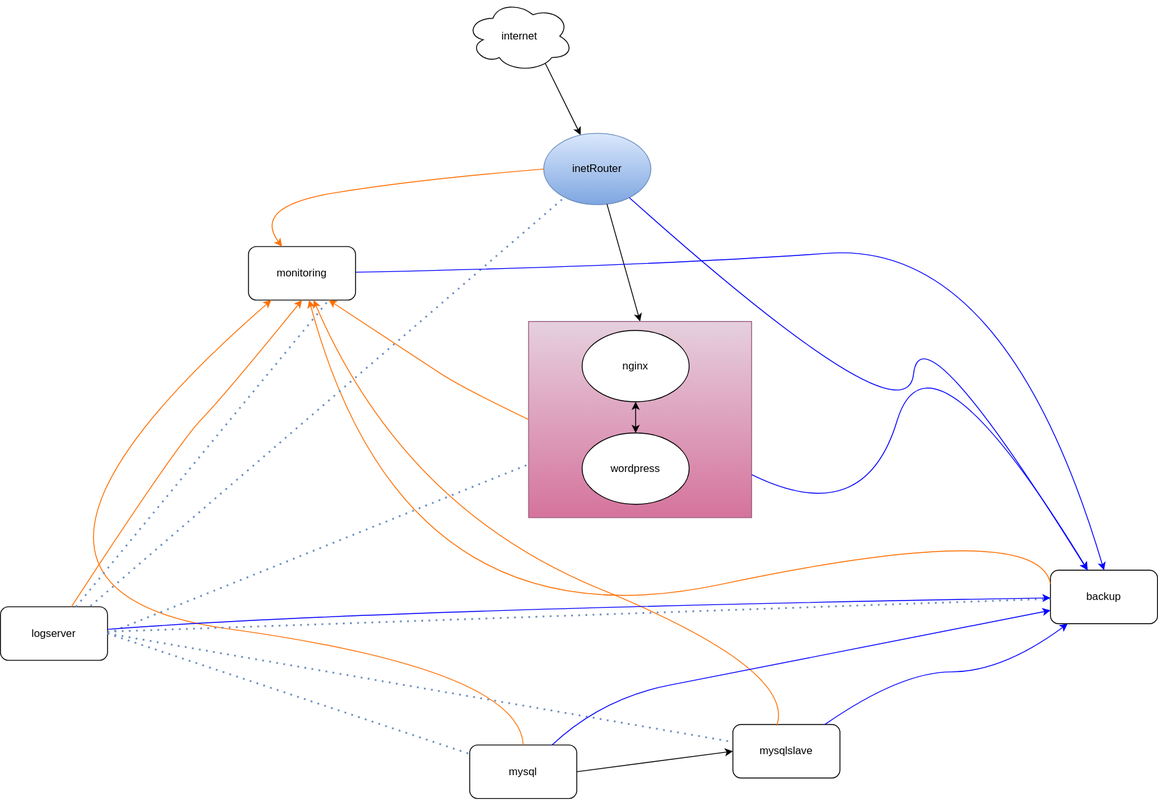
The draw.io diagram project/map.svg in sudden-che/otus, before a commit. Source tidied: cells renumbered, new cells last; positions are measured from the earlier drawing's top-left corner, leaving out a move shared by most shapes.
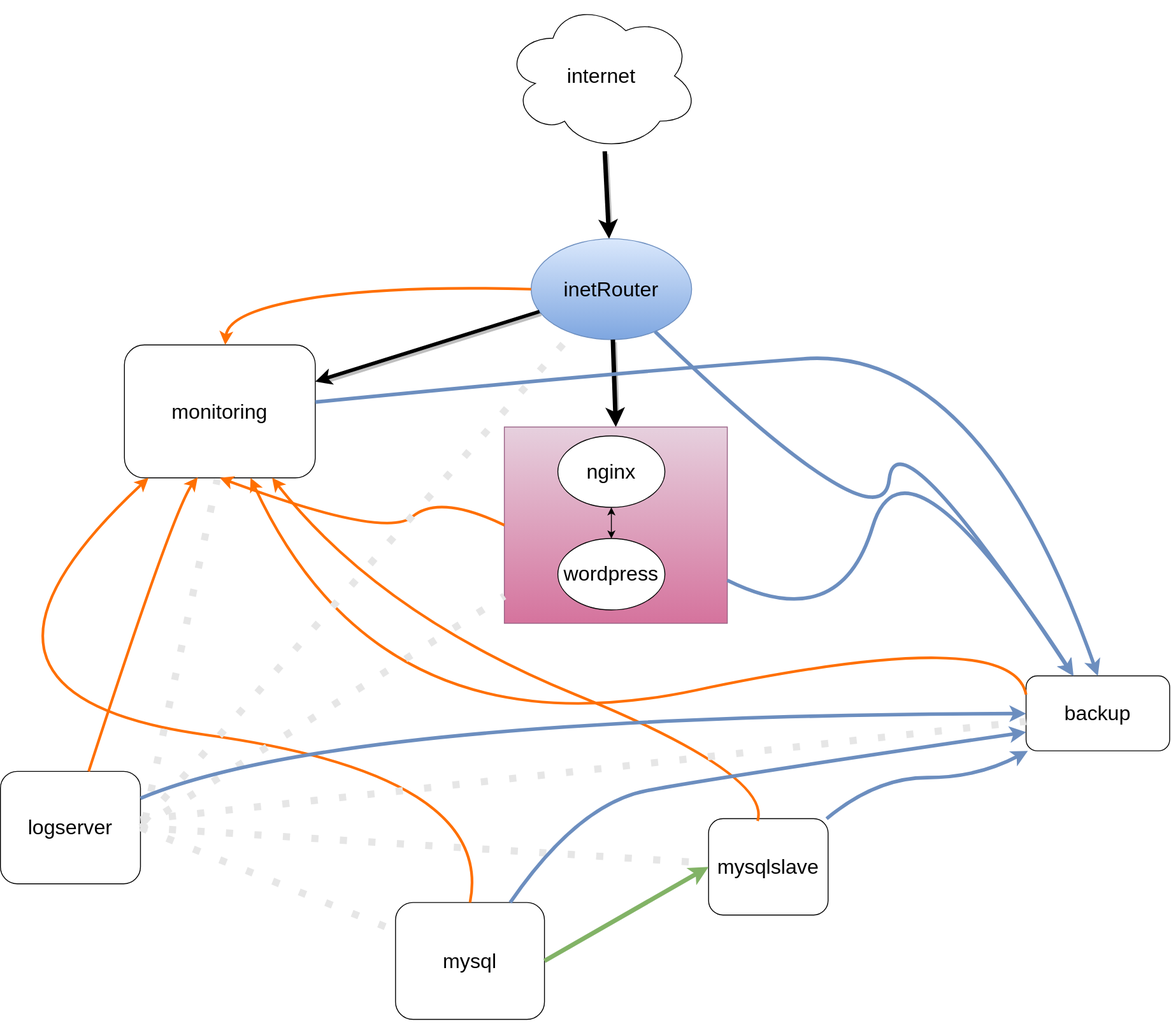
After the commit.

The edit, as a diff of the source:
```diff
@@ -2,46 +2,46 @@
   <root>
     <mxCell id="0" />
     <mxCell id="1" parent="0" />
-    <mxCell id="2" value="internet" style="ellipse;shape=cloud;whiteSpace=wrap;html=1;" parent="1" vertex="1">
-      <mxGeometry x="590" width="120" height="80" as="geometry" />
+    <mxCell id="2" value="&lt;font style=&quot;font-size: 23px;&quot;&gt;internet&lt;/font&gt;" style="ellipse;shape=cloud;whiteSpace=wrap;html=1;" parent="1" vertex="1">
+      <mxGeometry x="660" y="-118" width="218" height="169" as="geometry" />
     </mxCell>
-    <mxCell id="3" style="endArrow=classic;html=1;rounded=0;exitX=0.74;exitY=0.884;exitDx=0;exitDy=0;exitPerimeter=0;" parent="1" edge="1" source="2" target="4">
+    <mxCell id="3" style="endArrow=classic;html=1;rounded=0;strokeWidth=5;shadow=1;" parent="1" edge="1" source="2" target="4">
       <mxGeometry relative="1" as="geometry" />
     </mxCell>
-    <mxCell id="4" value="inetRouter" style="ellipse;whiteSpace=wrap;html=1;fillColor=#dae8fc;gradientColor=#7ea6e0;strokeColor=#6c8ebf;" parent="1" vertex="1">
-      <mxGeometry x="677" y="149" width="120" height="80" as="geometry" />
+    <mxCell id="4" value="&lt;font style=&quot;font-size: 23px;&quot;&gt;inetRouter&lt;/font&gt;" style="ellipse;whiteSpace=wrap;html=1;fillColor=#dae8fc;gradientColor=#7ea6e0;strokeColor=#6c8ebf;" parent="1" vertex="1">
+      <mxGeometry x="690" y="149" width="180" height="113" as="geometry" />
     </mxCell>
-    <mxCell id="5" style="endArrow=classic;html=1;rounded=0;entryX=0.5;entryY=0;entryDx=0;entryDy=0;" parent="1" edge="1" source="4" target="6">
+    <mxCell id="5" style="endArrow=classic;html=1;rounded=0;entryX=0.5;entryY=0;entryDx=0;entryDy=0;strokeWidth=5;shadow=1;" parent="1" edge="1" source="4" target="6">
       <mxGeometry relative="1" as="geometry" />
     </mxCell>
     <mxCell id="6" style="rounded=0;whiteSpace=wrap;html=1;fillColor=#e6d0de;gradientColor=#d5739d;strokeColor=#996185;" parent="1" vertex="1">
       <mxGeometry x="660" y="360" width="250" height="220" as="geometry" />
     </mxCell>
-    <mxCell id="7" value="wordpress" style="ellipse;whiteSpace=wrap;html=1;" parent="1" vertex="1">
+    <mxCell id="7" value="&lt;font style=&quot;font-size: 23px;&quot;&gt;wordpress&lt;/font&gt;" style="ellipse;whiteSpace=wrap;html=1;" parent="1" vertex="1">
       <mxGeometry x="720" y="485" width="120" height="80" as="geometry" />
     </mxCell>
-    <mxCell id="8" value="nginx" style="ellipse;whiteSpace=wrap;html=1;" parent="1" vertex="1">
+    <mxCell id="8" value="&lt;font style=&quot;font-size: 23px;&quot;&gt;nginx&lt;/font&gt;" style="ellipse;whiteSpace=wrap;html=1;" parent="1" vertex="1">
       <mxGeometry x="720" y="370" width="120" height="80" as="geometry" />
     </mxCell>
     <mxCell id="9" style="endArrow=classic;startArrow=classic;html=1;rounded=0;entryX=0.5;entryY=1;entryDx=0;entryDy=0;" parent="1" edge="1" source="7" target="8">
       <mxGeometry relative="1" as="geometry" />
     </mxCell>
-    <mxCell id="10" value="backup" style="rounded=1;whiteSpace=wrap;html=1;" parent="1" vertex="1">
-      <mxGeometry x="1245" y="639" width="120" height="60" as="geometry" />
+    <mxCell id="10" value="&lt;font style=&quot;font-size: 23px;&quot;&gt;backup&lt;/font&gt;" style="rounded=1;whiteSpace=wrap;html=1;" parent="1" vertex="1">
+      <mxGeometry x="1245" y="639" width="161" height="84" as="geometry" />
     </mxCell>
-    <mxCell id="11" value="mysql" style="rounded=1;whiteSpace=wrap;html=1;" parent="1" vertex="1">
-      <mxGeometry x="594" y="835" width="120" height="60" as="geometry" />
+    <mxCell id="11" value="&lt;font style=&quot;font-size: 23px;&quot;&gt;mysql&lt;/font&gt;" style="rounded=1;whiteSpace=wrap;html=1;" parent="1" vertex="1">
+      <mxGeometry x="538" y="893" width="167" height="131" as="geometry" />
     </mxCell>
-    <mxCell id="12" value="mysqlslave" style="rounded=1;whiteSpace=wrap;html=1;" parent="1" vertex="1">
-      <mxGeometry x="889" y="812" width="120" height="60" as="geometry" />
+    <mxCell id="12" value="&lt;font style=&quot;font-size: 23px;&quot;&gt;mysqlslave&lt;/font&gt;" style="rounded=1;whiteSpace=wrap;html=1;" parent="1" vertex="1">
+      <mxGeometry x="889" y="799" width="134" height="108" as="geometry" />
     </mxCell>
-    <mxCell id="13" value="logserver" style="rounded=1;whiteSpace=wrap;html=1;" parent="1" vertex="1">
-      <mxGeometry x="68" y="680" width="120" height="60" as="geometry" />
+    <mxCell id="13" value="&lt;font style=&quot;font-size: 23px;&quot;&gt;logserver&lt;/font&gt;" style="rounded=1;whiteSpace=wrap;html=1;" parent="1" vertex="1">
+      <mxGeometry x="95" y="746" width="157" height="126" as="geometry" />
     </mxCell>
-    <mxCell id="14" value="monitoring" style="rounded=1;whiteSpace=wrap;html=1;" parent="1" vertex="1">
-      <mxGeometry x="346" y="276" width="120" height="60" as="geometry" />
+    <mxCell id="14" value="&lt;font style=&quot;font-size: 23px;&quot;&gt;monitoring&lt;/font&gt;" style="rounded=1;whiteSpace=wrap;html=1;" parent="1" vertex="1">
+      <mxGeometry x="234" y="268" width="214" height="149" as="geometry" />
     </mxCell>
-    <mxCell id="15" style="curved=1;endArrow=classic;html=1;rounded=0;exitX=0;exitY=0.5;exitDx=0;exitDy=0;fillColor=#ffcd28;strokeColor=#FF6F00;gradientColor=#ffa500;" parent="1" edge="1" source="4" target="14">
+    <mxCell id="15" style="curved=1;endArrow=classic;html=1;rounded=0;exitX=0;exitY=0.5;exitDx=0;exitDy=0;fillColor=#ffcd28;strokeColor=#FF6F00;gradientColor=#ffa500;strokeWidth=3;" parent="1" edge="1" source="4" target="14">
       <mxGeometry relative="1" as="geometry">
         <Array as="points">
           <mxPoint x="532" y="201" />
@@ -49,23 +49,22 @@
         </Array>
       </mxGeometry>
     </mxCell>
-    <mxCell id="16" style="curved=1;endArrow=classic;html=1;rounded=0;exitX=0;exitY=0.5;exitDx=0;exitDy=0;entryX=0.75;entryY=1;entryDx=0;entryDy=0;fillColor=#ffcd28;strokeColor=#FF6F00;gradientColor=#ffa500;" parent="1" edge="1" source="6" target="14">
+    <mxCell id="16" style="curved=1;endArrow=classic;html=1;rounded=0;exitX=0;exitY=0.5;exitDx=0;exitDy=0;entryX=0.5;entryY=1;entryDx=0;entryDy=0;fillColor=#ffcd28;strokeColor=#FF6F00;gradientColor=#ffa500;strokeWidth=3;" parent="1" edge="1" source="6" target="14">
       <mxGeometry relative="1" as="geometry">
         <Array as="points">
           <mxPoint x="587" y="435" />
-          <mxPoint x="536" y="402" />
+          <mxPoint x="527" y="486" />
         </Array>
       </mxGeometry>
     </mxCell>
-    <mxCell id="17" style="curved=1;endArrow=classic;html=1;rounded=0;entryX=0.5;entryY=1;entryDx=0;entryDy=0;fillColor=#ffcd28;strokeColor=#FF6F00;gradientColor=#ffa500;" parent="1" edge="1" source="13" target="14">
+    <mxCell id="17" style="curved=1;endArrow=classic;html=1;rounded=0;entryX=0.384;entryY=0.996;entryDx=0;entryDy=0;fillColor=#ffcd28;strokeColor=#FF6F00;gradientColor=#ffa500;strokeWidth=3;entryPerimeter=0;" parent="1" edge="1" source="13" target="14">
       <mxGeometry relative="1" as="geometry">
         <Array as="points">
-          <mxPoint x="266" y="498" />
-          <mxPoint x="320" y="442" />
+          <mxPoint x="290" y="450" />
         </Array>
       </mxGeometry>
     </mxCell>
-    <mxCell id="18" style="curved=1;endArrow=classic;html=1;rounded=0;exitX=0.5;exitY=0;exitDx=0;exitDy=0;fillColor=#ffcd28;strokeColor=#FF6F00;gradientColor=#ffa500;" parent="1" edge="1" source="11" target="14">
+    <mxCell id="18" style="curved=1;endArrow=classic;html=1;rounded=0;exitX=0.5;exitY=0;exitDx=0;exitDy=0;fillColor=#ffcd28;strokeColor=#FF6F00;gradientColor=#ffa500;strokeWidth=3;" parent="1" edge="1" source="11" target="14">
       <mxGeometry relative="1" as="geometry">
         <Array as="points">
           <mxPoint x="650" y="750" />
@@ -73,7 +72,7 @@
         </Array>
       </mxGeometry>
     </mxCell>
-    <mxCell id="19" style="curved=1;endArrow=classic;html=1;rounded=0;exitX=0.41;exitY=0.023;exitDx=0;exitDy=0;exitPerimeter=0;fillColor=#ffcd28;strokeColor=#FF6F00;gradientColor=#ffa500;" parent="1" edge="1" source="12" target="14">
+    <mxCell id="19" style="curved=1;endArrow=classic;html=1;rounded=0;exitX=0.41;exitY=0.023;exitDx=0;exitDy=0;exitPerimeter=0;fillColor=#ffcd28;strokeColor=#FF6F00;gradientColor=#ffa500;strokeWidth=3;" parent="1" edge="1" source="12" target="14">
       <mxGeometry relative="1" as="geometry">
         <Array as="points">
           <mxPoint x="960" y="750" />
@@ -81,7 +80,7 @@
         </Array>
       </mxGeometry>
     </mxCell>
-    <mxCell id="20" style="curved=1;endArrow=classic;html=1;rounded=0;exitX=0;exitY=0.25;exitDx=0;exitDy=0;fillColor=#ffcd28;strokeColor=#FF6F00;gradientColor=#ffa500;" parent="1" edge="1" source="10" target="14">
+    <mxCell id="20" style="curved=1;endArrow=classic;html=1;rounded=0;exitX=0;exitY=0.25;exitDx=0;exitDy=0;fillColor=#ffcd28;strokeColor=#FF6F00;gradientColor=#ffa500;strokeWidth=3;" parent="1" edge="1" source="10" target="14">
       <mxGeometry relative="1" as="geometry">
         <Array as="points">
           <mxPoint x="1230" y="580" />
@@ -89,28 +88,30 @@
         </Array>
       </mxGeometry>
     </mxCell>
-    <mxCell id="21" style="endArrow=classic;html=1;rounded=0;entryX=0;entryY=0.5;entryDx=0;entryDy=0;exitX=1;exitY=0.5;exitDx=0;exitDy=0;" parent="1" edge="1" source="11" target="12">
+    <mxCell id="21" style="endArrow=classic;html=1;rounded=0;entryX=0;entryY=0.5;entryDx=0;entryDy=0;exitX=1;exitY=0.5;exitDx=0;exitDy=0;strokeWidth=5;fillColor=#d5e8d4;gradientColor=#97d077;strokeColor=#82b366;" parent="1" edge="1" source="11" target="12">
       <mxGeometry relative="1" as="geometry" />
     </mxCell>
-    <mxCell id="22" style="endArrow=none;dashed=1;html=1;dashPattern=1 3;strokeWidth=2;rounded=0;exitX=1;exitY=0.5;exitDx=0;exitDy=0;fillColor=#dae8fc;gradientColor=#7ea6e0;strokeColor=#6c8ebf;" parent="1" edge="1" source="13" target="6">
+    <mxCell id="22" style="endArrow=none;dashed=1;html=1;dashPattern=1 3;strokeWidth=8;rounded=0;exitX=1;exitY=0.5;exitDx=0;exitDy=0;fillColor=#fff2cc;gradientColor=#ffd966;strokeColor=#E6E6E6;" parent="1" edge="1" source="13" target="6">
       <mxGeometry relative="1" as="geometry" />
     </mxCell>
-    <mxCell id="23" style="endArrow=none;dashed=1;html=1;dashPattern=1 3;strokeWidth=2;rounded=0;exitX=1;exitY=0.5;exitDx=0;exitDy=0;fillColor=#dae8fc;gradientColor=#7ea6e0;strokeColor=#6c8ebf;" parent="1" edge="1" source="13" target="11">
+    <mxCell id="23" style="endArrow=none;dashed=1;html=1;dashPattern=1 3;strokeWidth=8;rounded=0;exitX=1;exitY=0.5;exitDx=0;exitDy=0;fillColor=#fff2cc;gradientColor=#ffd966;strokeColor=#E6E6E6;" parent="1" edge="1" source="13" target="11">
       <mxGeometry relative="1" as="geometry" />
     </mxCell>
-    <mxCell id="24" style="endArrow=none;dashed=1;html=1;dashPattern=1 3;strokeWidth=2;rounded=0;exitX=1;exitY=0.5;exitDx=0;exitDy=0;fillColor=#dae8fc;gradientColor=#7ea6e0;strokeColor=#6c8ebf;" parent="1" edge="1" source="13" target="12">
+    <mxCell id="24" style="endArrow=none;dashed=1;html=1;dashPattern=1 3;strokeWidth=8;rounded=0;exitX=1;exitY=0.5;exitDx=0;exitDy=0;fillColor=#fff2cc;gradientColor=#ffd966;strokeColor=#E6E6E6;" parent="1" edge="1" source="13" target="12">
       <mxGeometry relative="1" as="geometry" />
     </mxCell>
-    <mxCell id="25" style="endArrow=none;dashed=1;html=1;dashPattern=1 3;strokeWidth=2;rounded=0;fillColor=#dae8fc;gradientColor=#7ea6e0;strokeColor=#6c8ebf;" parent="1" edge="1" source="13" target="10">
+    <mxCell id="25" style="endArrow=none;dashed=1;html=1;dashPattern=1 3;strokeWidth=8;rounded=0;fillColor=#fff2cc;gradientColor=#ffd966;strokeColor=#E6E6E6;" parent="1" edge="1" source="13" target="10">
       <mxGeometry relative="1" as="geometry" />
     </mxCell>
-    <mxCell id="26" style="endArrow=none;dashed=1;html=1;dashPattern=1 3;strokeWidth=2;rounded=0;entryX=0.75;entryY=1;entryDx=0;entryDy=0;fillColor=#dae8fc;gradientColor=#7ea6e0;strokeColor=#6c8ebf;" parent="1" edge="1" source="13" target="14">
-      <mxGeometry relative="1" as="geometry" />
+    <mxCell id="26" style="endArrow=none;dashed=1;html=1;dashPattern=1 3;strokeWidth=8;rounded=0;fillColor=#fff2cc;gradientColor=#ffd966;strokeColor=#E6E6E6;exitX=1.032;exitY=0.429;exitDx=0;exitDy=0;exitPerimeter=0;" parent="1" edge="1" source="13">
+      <mxGeometry relative="1" as="geometry">
+        <mxPoint x="338" y="419" as="targetPoint" />
+      </mxGeometry>
     </mxCell>
-    <mxCell id="27" style="endArrow=none;dashed=1;html=1;dashPattern=1 3;strokeWidth=2;rounded=0;fillColor=#dae8fc;gradientColor=#7ea6e0;strokeColor=#6c8ebf;exitX=0.841;exitY=-0.014;exitDx=0;exitDy=0;exitPerimeter=0;" parent="1" edge="1" source="13" target="4">
+    <mxCell id="27" style="endArrow=none;dashed=1;html=1;dashPattern=1 3;strokeWidth=8;rounded=0;fillColor=#fff2cc;gradientColor=#ffd966;strokeColor=#E6E6E6;exitX=1.026;exitY=0.445;exitDx=0;exitDy=0;exitPerimeter=0;" parent="1" edge="1" source="13" target="4">
       <mxGeometry relative="1" as="geometry" />
     </mxCell>
-    <mxCell id="28" style="curved=1;endArrow=classic;html=1;rounded=0;strokeColor=#0000FF;" parent="1" edge="1" source="4" target="10">
+    <mxCell id="28" style="curved=1;endArrow=classic;html=1;rounded=0;strokeColor=#6c8ebf;strokeWidth=4;fillColor=#dae8fc;gradientColor=#7ea6e0;" parent="1" edge="1" source="4" target="10">
       <mxGeometry relative="1" as="geometry">
         <Array as="points">
           <mxPoint x="1083" y="499" />
@@ -118,7 +119,7 @@
         </Array>
       </mxGeometry>
     </mxCell>
-    <mxCell id="29" style="curved=1;endArrow=classic;html=1;rounded=0;strokeColor=#0000FF;" parent="1" edge="1" source="6" target="10">
+    <mxCell id="29" style="curved=1;endArrow=classic;html=1;rounded=0;strokeColor=#6c8ebf;strokeWidth=4;fillColor=#dae8fc;gradientColor=#7ea6e0;" parent="1" edge="1" source="6" target="10">
       <mxGeometry relative="1" as="geometry">
         <Array as="points">
           <mxPoint x="1036" y="594" />
@@ -126,7 +127,7 @@
         </Array>
       </mxGeometry>
     </mxCell>
-    <mxCell id="30" style="curved=1;endArrow=classic;html=1;rounded=0;strokeColor=#0000FF;" parent="1" edge="1" source="12" target="10">
+    <mxCell id="30" style="curved=1;endArrow=classic;html=1;rounded=0;strokeColor=#6c8ebf;strokeWidth=4;fillColor=#dae8fc;gradientColor=#7ea6e0;" parent="1" edge="1" source="12" target="10">
       <mxGeometry relative="1" as="geometry">
         <Array as="points">
           <mxPoint x="1077" y="753" />
@@ -134,7 +135,7 @@
         </Array>
       </mxGeometry>
     </mxCell>
-    <mxCell id="31" style="curved=1;endArrow=classic;html=1;rounded=0;strokeColor=#0000FF;entryX=0;entryY=0.75;entryDx=0;entryDy=0;" parent="1" edge="1" source="11" target="10">
+    <mxCell id="31" style="curved=1;endArrow=classic;html=1;rounded=0;strokeColor=#6c8ebf;entryX=0;entryY=0.75;entryDx=0;entryDy=0;strokeWidth=4;fillColor=#dae8fc;gradientColor=#7ea6e0;" parent="1" edge="1" source="11" target="10">
       <mxGeometry relative="1" as="geometry">
         <Array as="points">
           <mxPoint x="743" y="782" />
@@ -142,14 +143,14 @@
         </Array>
       </mxGeometry>
     </mxCell>
-    <mxCell id="32" style="curved=1;endArrow=classic;html=1;rounded=0;strokeColor=#0000FF;" parent="1" edge="1" source="13" target="10">
+    <mxCell id="32" style="curved=1;endArrow=classic;html=1;rounded=0;strokeColor=#6c8ebf;strokeWidth=4;fillColor=#dae8fc;gradientColor=#7ea6e0;" parent="1" edge="1" source="13" target="10">
       <mxGeometry relative="1" as="geometry">
         <Array as="points">
           <mxPoint x="475" y="683" />
         </Array>
       </mxGeometry>
     </mxCell>
-    <mxCell id="33" style="curved=1;endArrow=classic;html=1;rounded=0;strokeColor=#0000FF;entryX=0.5;entryY=0;entryDx=0;entryDy=0;" parent="1" edge="1" source="14" target="10">
+    <mxCell id="33" style="curved=1;endArrow=classic;html=1;rounded=0;strokeColor=#6c8ebf;entryX=0.5;entryY=0;entryDx=0;entryDy=0;strokeWidth=4;fillColor=#dae8fc;gradientColor=#7ea6e0;" parent="1" edge="1" source="14" target="10">
       <mxGeometry relative="1" as="geometry">
         <Array as="points">
           <mxPoint x="796" y="298" />
@@ -160,5 +161,8 @@
     <mxCell id="34" style="edgeStyle=orthogonalEdgeStyle;rounded=0;orthogonalLoop=1;jettySize=auto;html=1;exitX=0.5;exitY=1;exitDx=0;exitDy=0;strokeColor=#FF6F00;" parent="1" edge="1" source="11" target="11">
       <mxGeometry relative="1" as="geometry" />
     </mxCell>
+    <mxCell id="35" style="endArrow=classic;html=1;rounded=0;strokeColor=#000000;shadow=1;strokeWidth=4;" parent="1" edge="1" source="4" target="14">
+      <mxGeometry relative="1" as="geometry" />
+    </mxCell>
   </root>
 </mxGraphModel>
```
